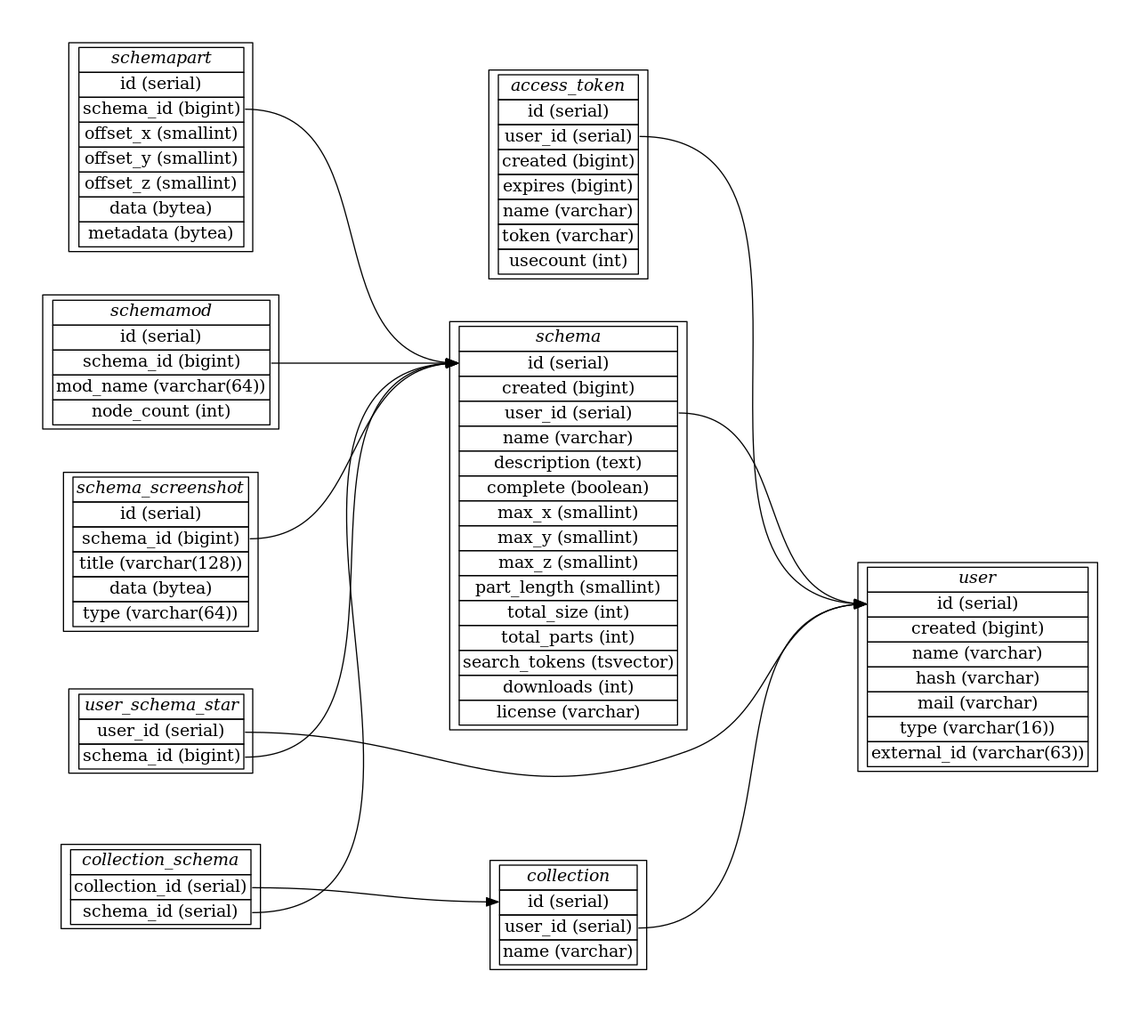
Before: doc/database.png, a diagram exported from Graphviz (blockexchange/blockexchange_server). Its source is kept beside it as doc/database.dot.
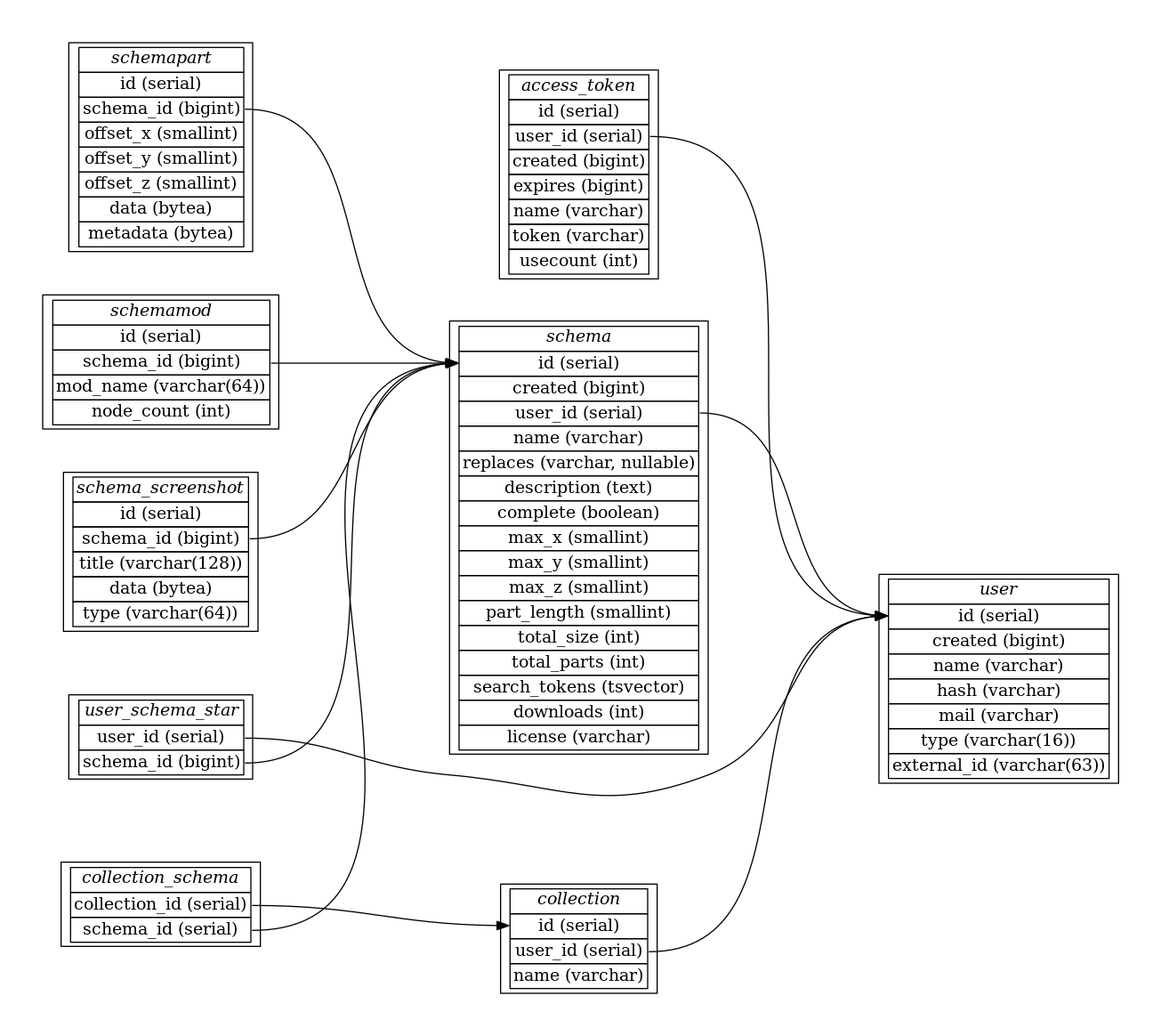
Above is the later version.

Commit message:
add schema.replaces field for overwrite operations

Diff of the diagram source:
```diff
@@ -34,7 +34,8 @@
 	  <tr><td port="6">id (serial)</td></tr>
 	  <tr><td port="7">created (bigint)</td></tr>
 	  <tr><td port="8">user_id (serial)</td></tr>
-	  <tr><td port="9">name (varchar)</td></tr>
+		<tr><td port="9">name (varchar)</td></tr>
+		<tr><td port="9a">replaces (varchar, nullable)</td></tr>
 	  <tr><td port="10">description (text)</td></tr>
 	  <tr><td port="11">complete (boolean)</td></tr>
 	  <tr><td port="12">max_x (smallint)</td></tr>
```
